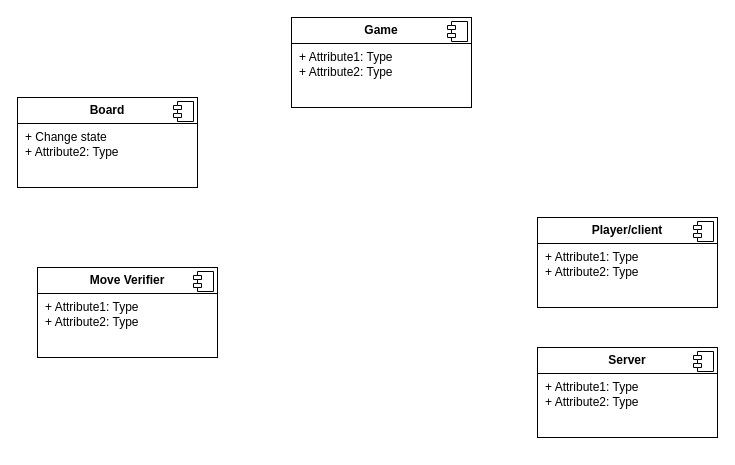
Earlier version of the draw.io diagram page "Server" (1 of 2) of assets/component.drawio (DawidDebkowski/Trylma). Source tidied: cells renumbered, new cells numbered last; positions are measured from the earlier drawing's top-left corner, leaving out a move shared by most shapes. Both pictures are drawn from the tidied source at 100%, with x=0, y=0 at pixel (17, 17).
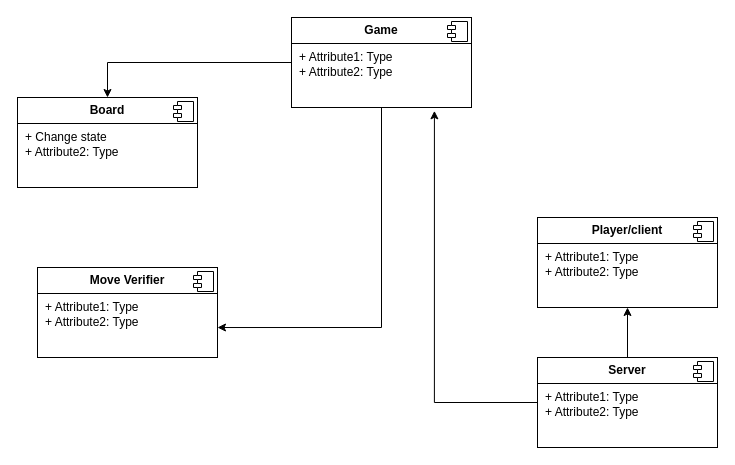
The same diagram, later.

Diff of the diagram source:
```diff
@@
 <mxGraphModel>
   <root>
     <mxCell id="0" />
     <mxCell id="1" parent="0" />
+    <mxCell id="12" style="edgeStyle=orthogonalEdgeStyle;rounded=0;jettySize=auto;html=1;exitX=0.5;exitY=0;exitDx=0;exitDy=0;" parent="1" edge="1" source="2" target="8">
+      <mxGeometry relative="1" as="geometry" />
+    </mxCell>
     <mxCell id="2" value="&lt;p style=&quot;margin:0px;margin-top:6px;text-align:center;&quot;&gt;&lt;b&gt;Server&lt;/b&gt;&lt;/p&gt;&lt;hr size=&quot;1&quot; style=&quot;border-style:solid;&quot;&gt;&lt;p style=&quot;margin:0px;margin-left:8px;&quot;&gt;+ Attribute1: Type&lt;br&gt;+ Attribute2: Type&lt;/p&gt;" style="align=left;overflow=fill;html=1;whiteSpace=wrap;" parent="1" vertex="1">
-      <mxGeometry x="520" y="330" width="180" height="90" as="geometry" />
+      <mxGeometry x="520" y="340" width="180" height="90" as="geometry" />
     </mxCell>
     <mxCell id="3" style="shape=component;jettyWidth=8;jettyHeight=4;" parent="2" vertex="1">
       <mxGeometry x="1" width="20" height="20" relative="1" as="geometry">
         <mxPoint x="-24" y="4" as="offset" />
       </mxGeometry>
     </mxCell>
     <mxCell id="4" value="&lt;p style=&quot;margin:0px;margin-top:6px;text-align:center;&quot;&gt;&lt;b&gt;Board&lt;/b&gt;&lt;/p&gt;&lt;hr size=&quot;1&quot; style=&quot;border-style:solid;&quot;&gt;&lt;p style=&quot;margin:0px;margin-left:8px;&quot;&gt;+ Change state&lt;br&gt;+ Attribute2: Type&lt;/p&gt;" style="align=left;overflow=fill;html=1;whiteSpace=wrap;" parent="1" vertex="1">
       <mxGeometry y="80" width="180" height="90" as="geometry" />
     </mxCell>
     <mxCell id="5" style="shape=component;jettyWidth=8;jettyHeight=4;" parent="4" vertex="1">
       <mxGeometry x="1" width="20" height="20" relative="1" as="geometry">
         <mxPoint x="-24" y="4" as="offset" />
       </mxGeometry>
     </mxCell>
     <mxCell id="6" value="&lt;p style=&quot;margin:0px;margin-top:6px;text-align:center;&quot;&gt;&lt;b&gt;Move Verifier&lt;br&gt;&lt;/b&gt;&lt;/p&gt;&lt;hr size=&quot;1&quot; style=&quot;border-style:solid;&quot;&gt;&lt;p style=&quot;margin:0px;margin-left:8px;&quot;&gt;+ Attribute1: Type&lt;br&gt;+ Attribute2: Type&lt;/p&gt;" style="align=left;overflow=fill;html=1;whiteSpace=wrap;" parent="1" vertex="1">
       <mxGeometry x="20" y="250" width="180" height="90" as="geometry" />
     </mxCell>
     <mxCell id="7" style="shape=component;jettyWidth=8;jettyHeight=4;" parent="6" vertex="1">
       <mxGeometry x="1" width="20" height="20" relative="1" as="geometry">
         <mxPoint x="-24" y="4" as="offset" />
       </mxGeometry>
     </mxCell>
     <mxCell id="8" value="&lt;p style=&quot;margin:0px;margin-top:6px;text-align:center;&quot;&gt;&lt;b&gt;Player/client&lt;/b&gt;&lt;/p&gt;&lt;hr size=&quot;1&quot; style=&quot;border-style:solid;&quot;&gt;&lt;p style=&quot;margin:0px;margin-left:8px;&quot;&gt;+ Attribute1: Type&lt;br&gt;+ Attribute2: Type&lt;/p&gt;" style="align=left;overflow=fill;html=1;whiteSpace=wrap;" parent="1" vertex="1">
       <mxGeometry x="520" y="200" width="180" height="90" as="geometry" />
     </mxCell>
     <mxCell id="9" style="shape=component;jettyWidth=8;jettyHeight=4;" parent="8" vertex="1">
       <mxGeometry x="1" width="20" height="20" relative="1" as="geometry">
         <mxPoint x="-24" y="4" as="offset" />
       </mxGeometry>
     </mxCell>
+    <mxCell id="13" style="edgeStyle=orthogonalEdgeStyle;rounded=0;jettySize=auto;html=1;exitX=0;exitY=0.5;exitDx=0;exitDy=0;entryX=0.5;entryY=0;entryDx=0;entryDy=0;" parent="1" edge="1" source="10" target="4">
+      <mxGeometry relative="1" as="geometry" />
+    </mxCell>
     <mxCell id="10" value="&lt;p style=&quot;margin:0px;margin-top:6px;text-align:center;&quot;&gt;&lt;b&gt;Game&lt;/b&gt;&lt;/p&gt;&lt;hr size=&quot;1&quot; style=&quot;border-style:solid;&quot;&gt;&lt;p style=&quot;margin:0px;margin-left:8px;&quot;&gt;+ Attribute1: Type&lt;br&gt;+ Attribute2: Type&lt;/p&gt;" style="align=left;overflow=fill;html=1;whiteSpace=wrap;" parent="1" vertex="1">
       <mxGeometry x="274" width="180" height="90" as="geometry" />
     </mxCell>
     <mxCell id="11" style="shape=component;jettyWidth=8;jettyHeight=4;" parent="10" vertex="1">
       <mxGeometry x="1" width="20" height="20" relative="1" as="geometry">
         <mxPoint x="-24" y="4" as="offset" />
       </mxGeometry>
     </mxCell>
+    <mxCell id="14" style="edgeStyle=orthogonalEdgeStyle;rounded=0;jettySize=auto;html=1;exitX=0.5;exitY=1;exitDx=0;exitDy=0;entryX=1;entryY=0.667;entryDx=0;entryDy=0;entryPerimeter=0;" parent="1" edge="1" source="10" target="6">
+      <mxGeometry relative="1" as="geometry" />
+    </mxCell>
+    <mxCell id="15" style="edgeStyle=orthogonalEdgeStyle;rounded=0;jettySize=auto;html=1;exitX=0;exitY=0.5;exitDx=0;exitDy=0;entryX=0.794;entryY=1.037;entryDx=0;entryDy=0;entryPerimeter=0;" parent="1" edge="1" source="2" target="10">
+      <mxGeometry relative="1" as="geometry" />
+    </mxCell>
   </root>
 </mxGraphModel>
```
